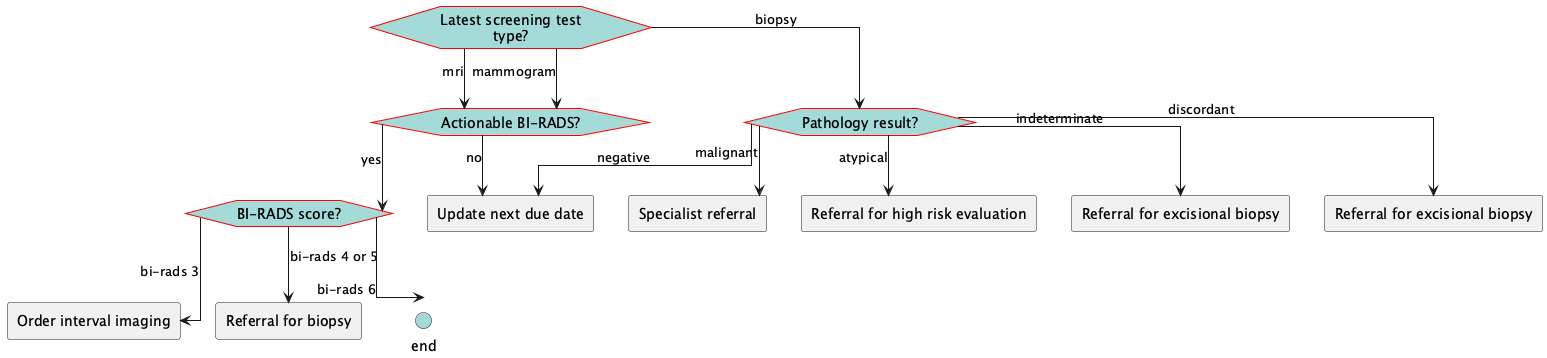
Above: images/flow-FollowupScreeningResult.png in ccsm-cds-tools/CDC-Breast-Cancer-Screening-CDS-L2 (PlantUML), before the change.
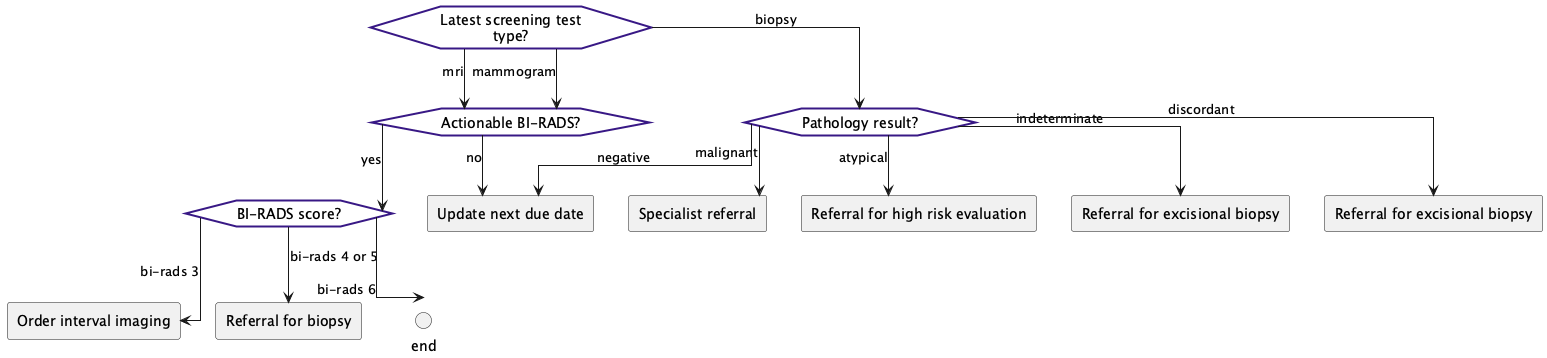
The same file after the commit.

Change to the diagram source:
```diff
@@ -3,18 +3,15 @@
 skinparam linetype ortho
 <style>
 hexagon {
-    MaximumWidth: 150
-    BackGroundColor: A4DBD8
-    LineThickness: 1
-    LineColor: red
-    HorizontalAlignment: center
+    MaximumWidth: 150;
+    BackGroundColor: white ;
+    LineThickness: 2;
+    LineColor: #381885;
+    HorizontalAlignment: center;
 }
 rectangle {
-    MaximumWidth: 250
-    HorizontalAlignment: center
-}
-.end {
-    BackGroundColor: #A4DBD8
+    MaximumWidth: 250;
+    HorizontalAlignment: center;
 }
 </style>
 hexagon "Latest screening test type?" as eve_latesttesttype [[#eve-latesttesttype]]
```
